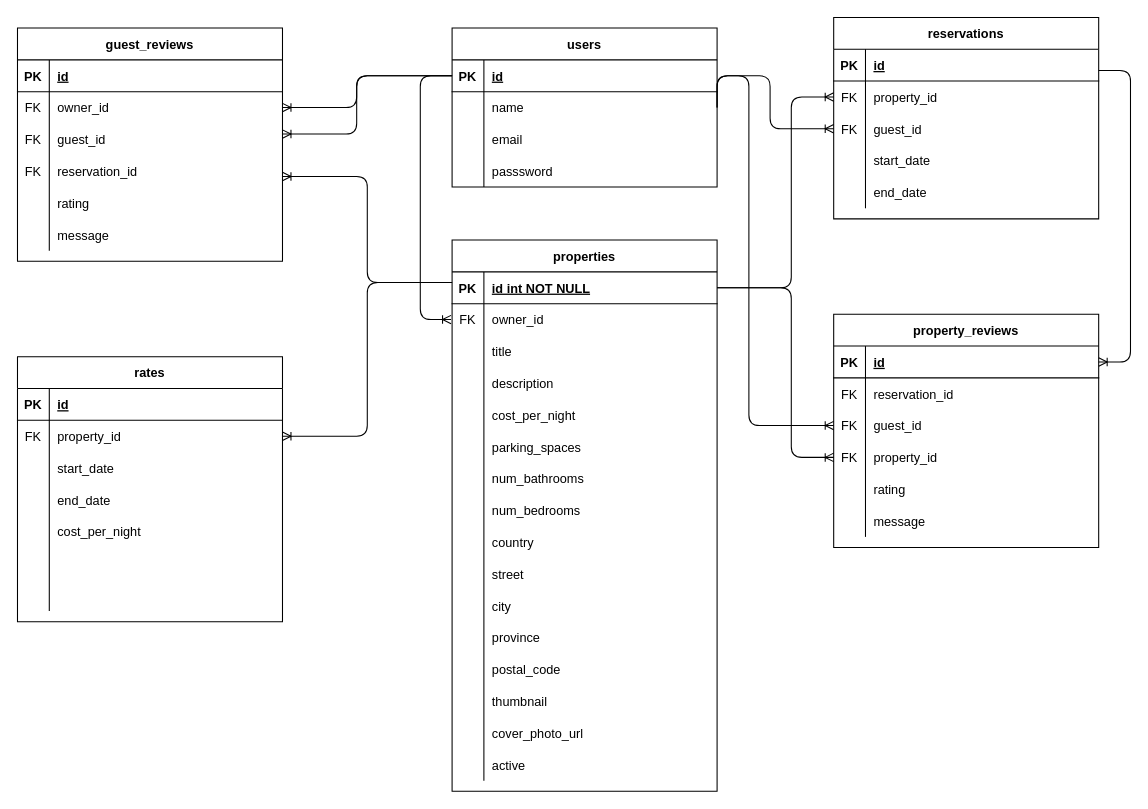
This is lightbnb-erd.drawio from chonie1/lighthouse-bnb, a draw.io file, before an edit. Source tidied: cells renumbered, new cells numbered last; positions are measured from the earlier drawing's top-left corner, leaving out a move shared by most shapes. Both pictures are drawn from the tidied source at 106%, with x=0, y=0 at pixel (17, 17).
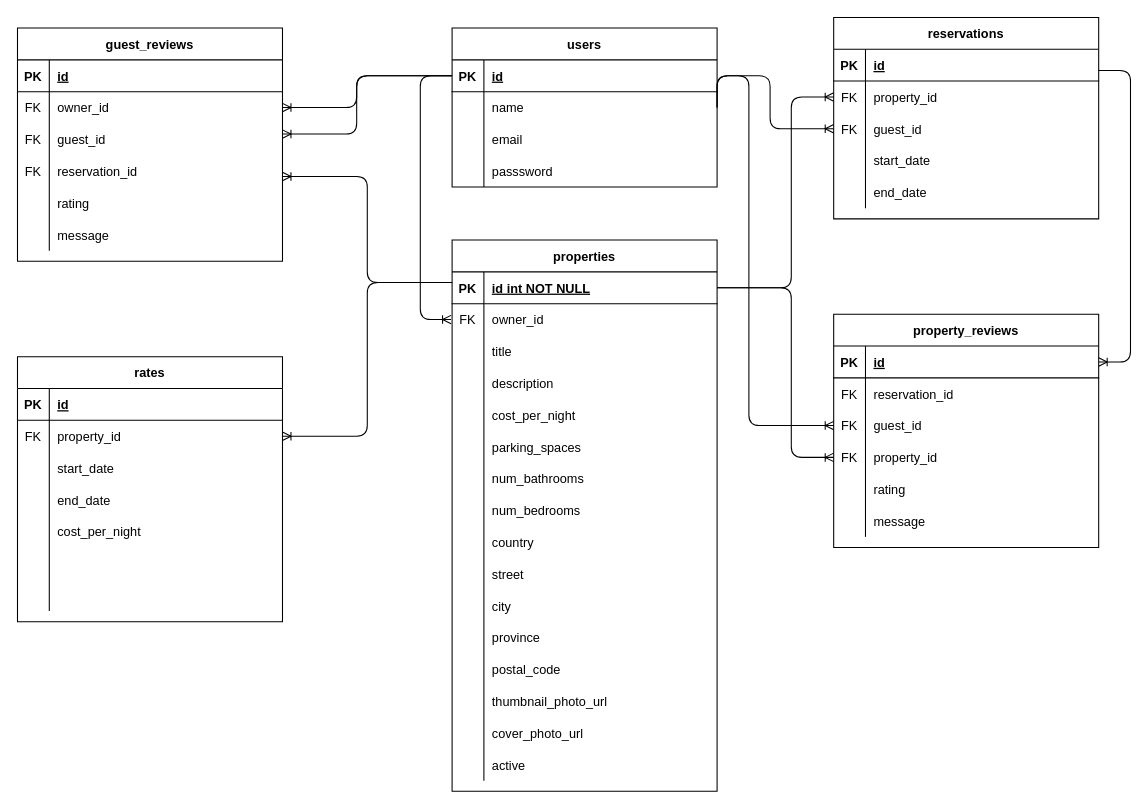
The same page after the edit.

Unchanged cells that the change refers to:
```xml
<mxCell id="42" style="shape=partialRectangle;fillColor=none;top=0;left=0;bottom=0;right=0;" parent="2" vertex="1">
  <mxGeometry y="420" width="250" height="30" as="geometry" />
</mxCell>
```

The edit, as a diff of the source:
```diff
@@
-    <mxCell id="44" value="thumbnail" style="shape=partialRectangle;fillColor=none;top=0;left=0;bottom=0;right=0;align=left;spacingLeft=6;overflow=hidden;" parent="42" vertex="1">
+    <mxCell id="44" value="thumbnail_photo_url" style="shape=partialRectangle;fillColor=none;top=0;left=0;bottom=0;right=0;align=left;spacingLeft=6;overflow=hidden;" parent="42" vertex="1">
       <mxGeometry x="30" width="220" height="30" as="geometry" />
     </mxCell>
```
